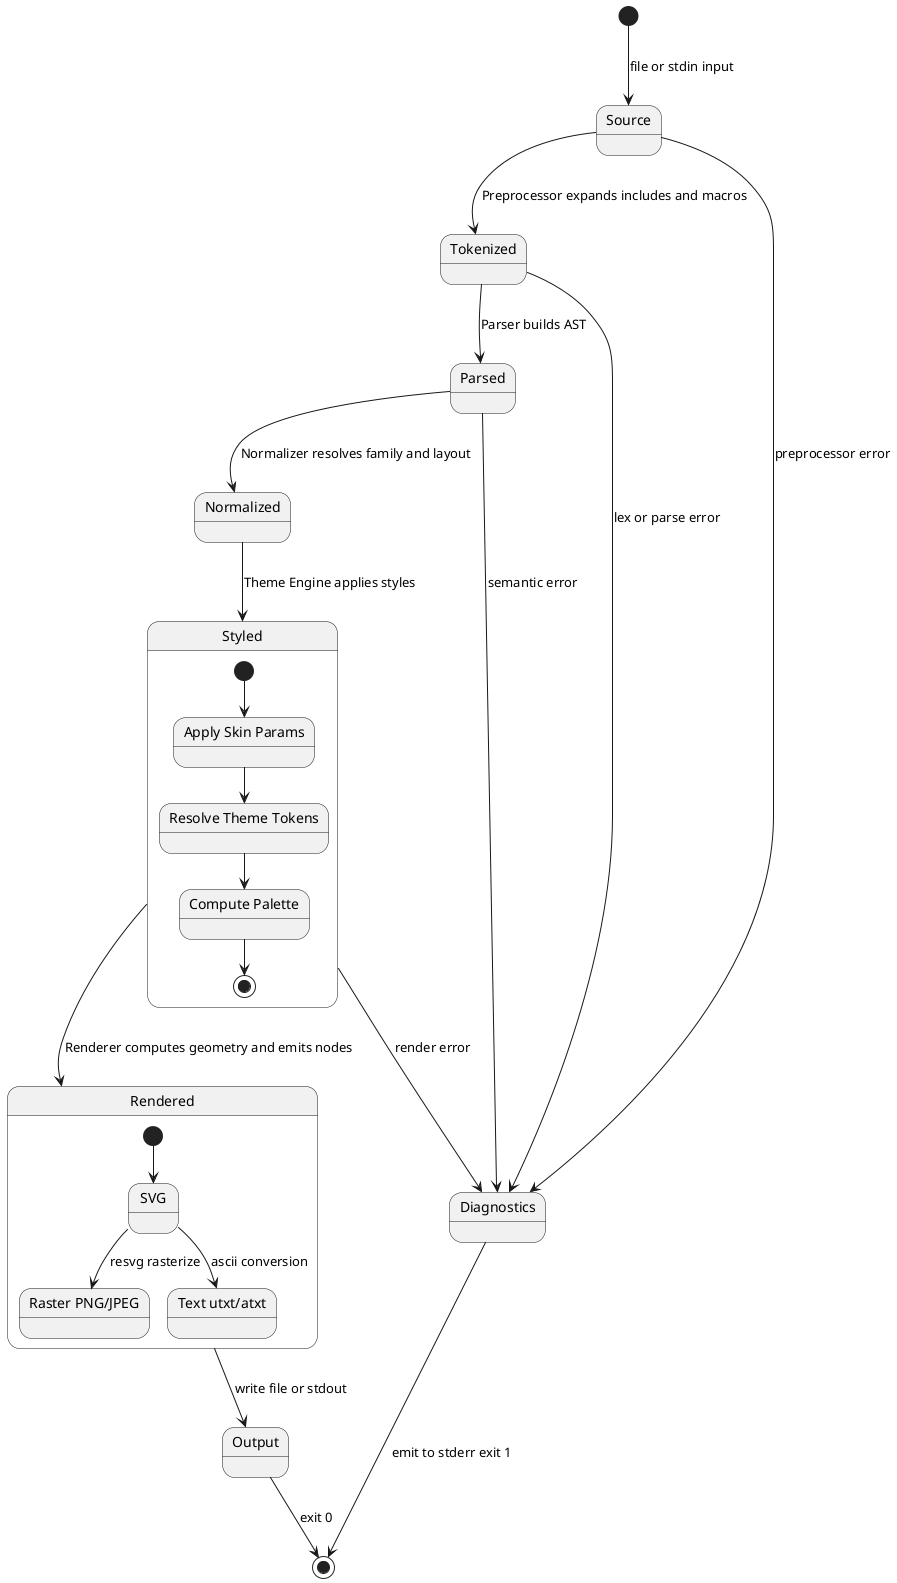
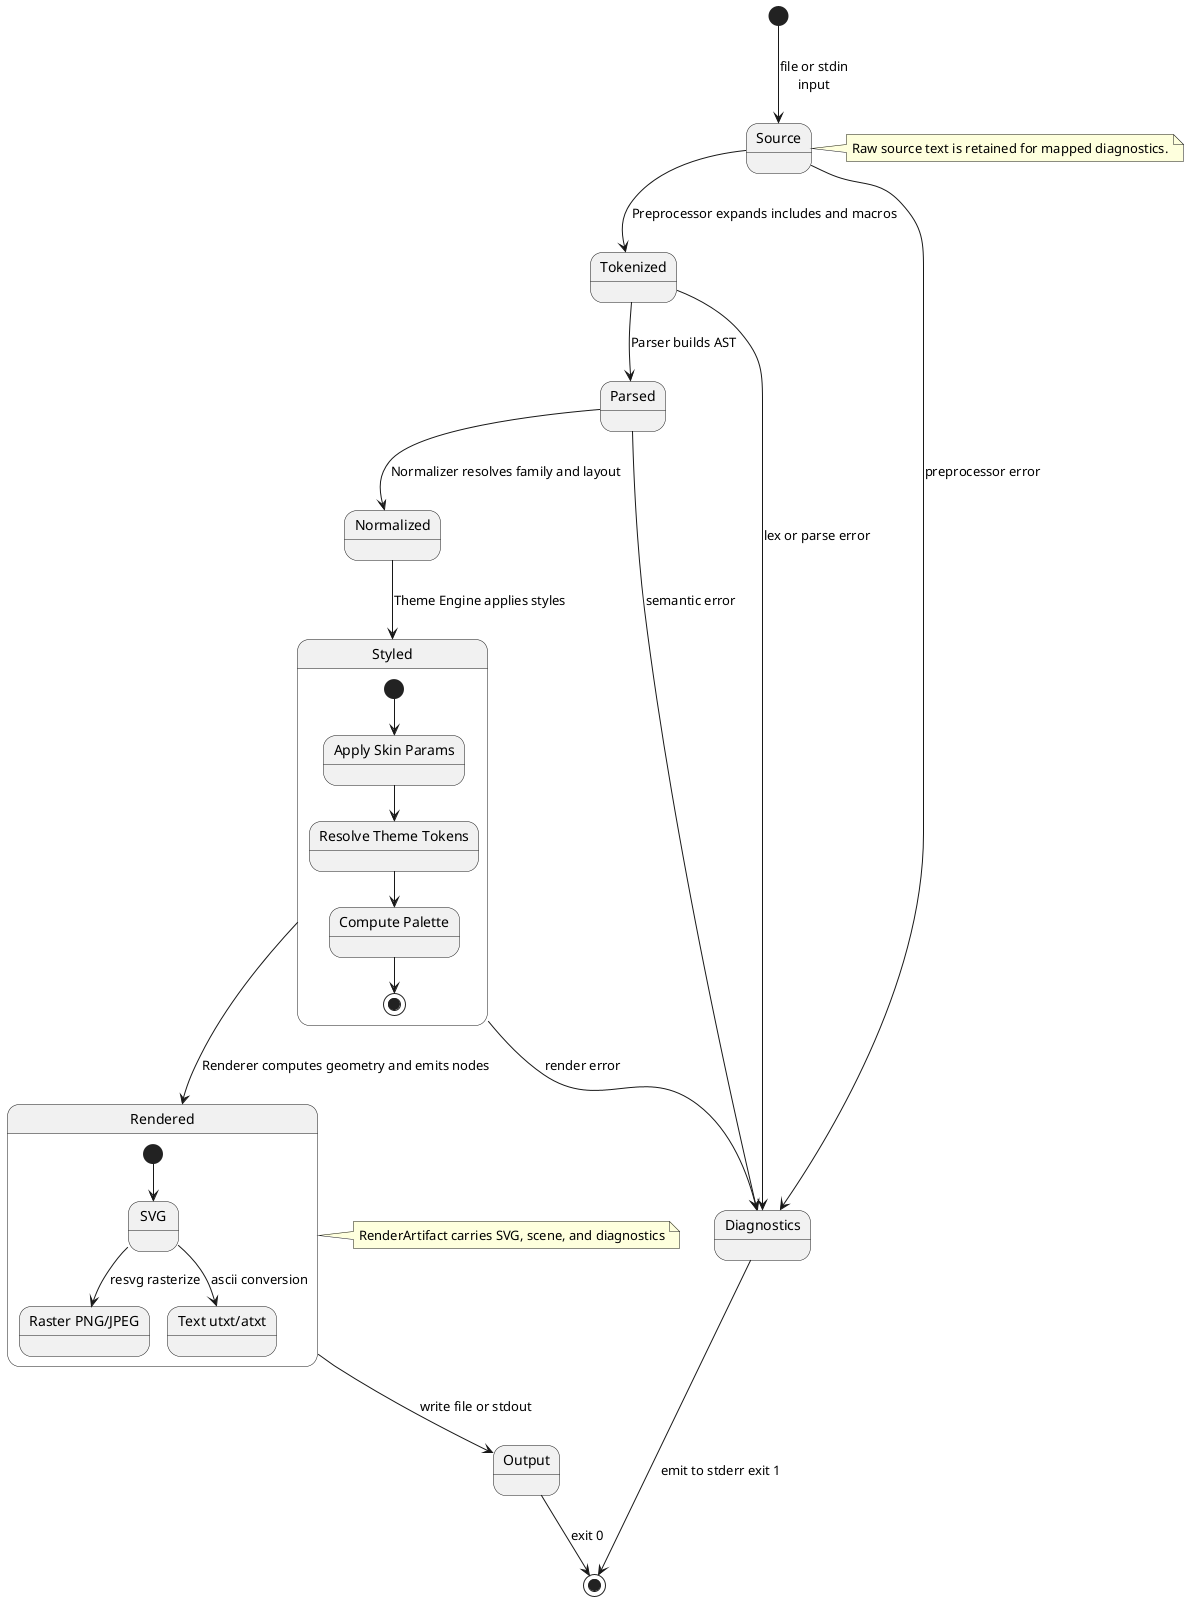
' Diagram Family Lifecycle: state machine a single diagram goes through
' from raw source text to final output.  Includes error transitions to
' Diagnostics, theme application as a sub-state inside Styled, and the
' full happy-path from Source through Tokenized, Parsed, Normalized,
' Styled, Rendered, to Output.
' Self-hosting stress test: 12 states, two composite states, error branches.
'
- ' Simplification notes:
- '   - Inline \n line breaks in transition labels cause the state parser to
- '     trigger [E_STATE_MIXED]; labels use spaces instead.
- '   - "note right of <state>" is not yet supported in state diagrams
- '     (E_STATE_MIXED / E_STATE_UNSUPPORTED_SYNTAX); notes omitted.
- '   Both issues are documented as render bugs in the architecture report.
- 
@startuml

- [*] --> Source : file or stdin input
+ [*] --> Source : file or stdin\ninput
+ 
+ note right of Source
+   Raw source text is retained for mapped diagnostics.
+ end note

Source --> Tokenized : Preprocessor expands includes and macros
Source --> Diagnostics : preprocessor error

Tokenized --> Parsed : Parser builds AST
Tokenized --> Diagnostics : lex or parse error

Parsed --> Normalized : Normalizer resolves family and layout
Parsed --> Diagnostics : semantic error

state Styled {
  state "Apply Skin Params" as SkinParams
  state "Resolve Theme Tokens" as ThemeTokens
  state "Compute Palette" as Palette

  [*] --> SkinParams
  SkinParams --> ThemeTokens
  ThemeTokens --> Palette
  Palette --> [*]
}

Normalized --> Styled : Theme Engine applies styles

state Rendered {
  state "SVG" as SVGOut
  state "Raster PNG/JPEG" as Raster
  state "Text utxt/atxt" as TxtOut

  [*] --> SVGOut
  SVGOut --> Raster : resvg rasterize
  SVGOut --> TxtOut : ascii conversion
}

Styled --> Rendered : Renderer computes geometry and emits nodes
Styled --> Diagnostics : render error

+ note right of Rendered: RenderArtifact carries SVG, scene, and diagnostics
+ 
Rendered --> Output : write file or stdout

Output --> [*] : exit 0

Diagnostics --> [*] : emit to stderr exit 1

@enduml
